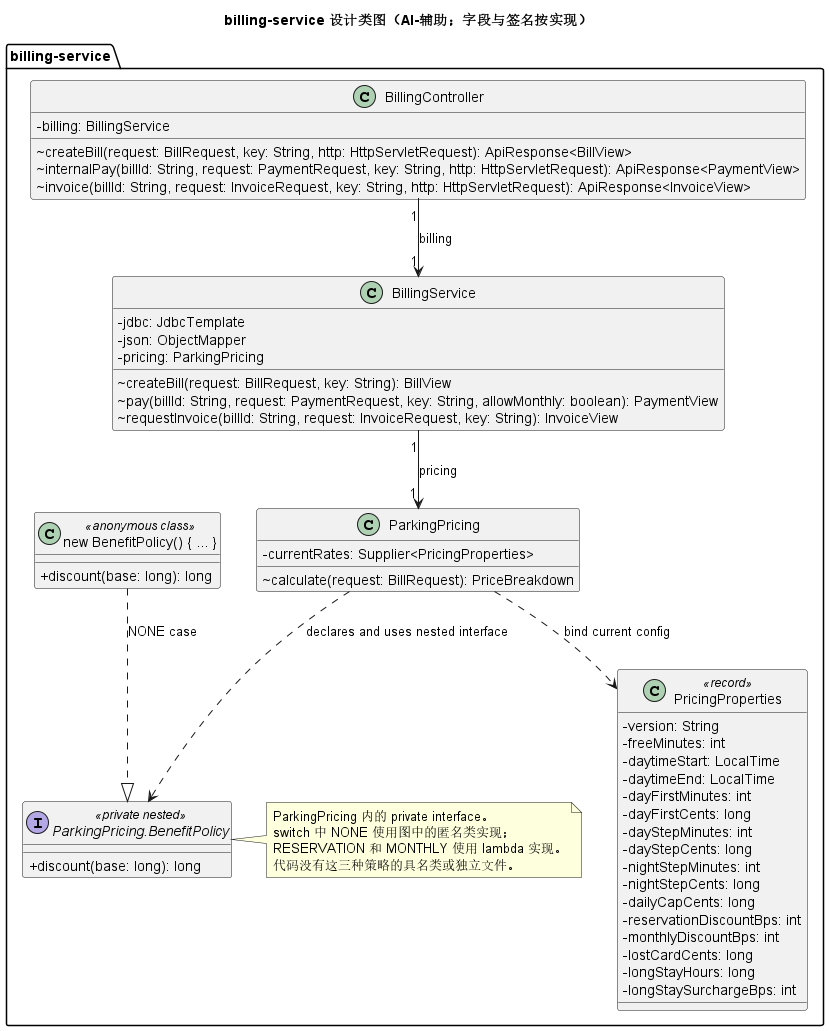
Before: models/rendered/15-design-classes_001.png, a diagram exported from PlantUML (Gindama713/UMLWORK).
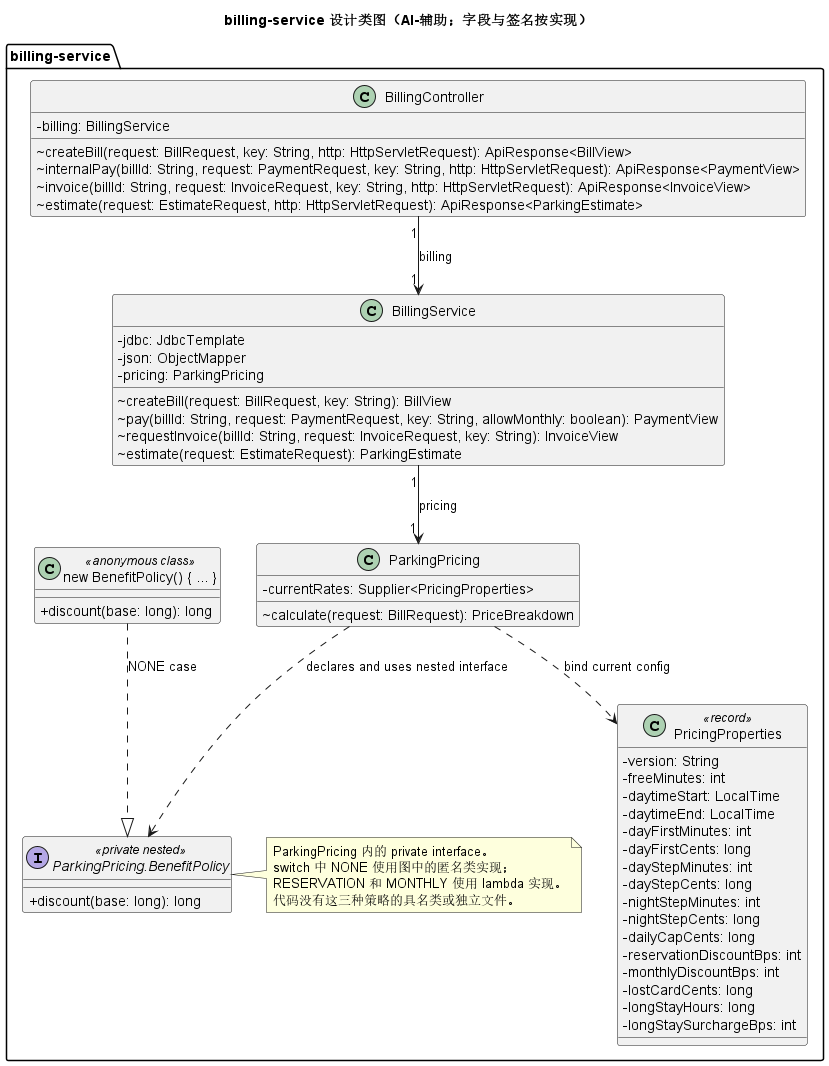
The same file after the commit.

Change to the diagram source:
```diff
@@ -7,6 +7,7 @@
     ~createBill(request: BillRequest, key: String, http: HttpServletRequest): ApiResponse<BillView>
     ~internalPay(billId: String, request: PaymentRequest, key: String, http: HttpServletRequest): ApiResponse<PaymentView>
     ~invoice(billId: String, request: InvoiceRequest, key: String, http: HttpServletRequest): ApiResponse<InvoiceView>
+    ~estimate(request: EstimateRequest, http: HttpServletRequest): ApiResponse<ParkingEstimate>
   }
   class BillingService {
     -jdbc: JdbcTemplate
@@ -15,6 +16,7 @@
     ~createBill(request: BillRequest, key: String): BillView
     ~pay(billId: String, request: PaymentRequest, key: String, allowMonthly: boolean): PaymentView
     ~requestInvoice(billId: String, request: InvoiceRequest, key: String): InvoiceView
+    ~estimate(request: EstimateRequest): ParkingEstimate
   }
   class ParkingPricing {
     -currentRates: Supplier<PricingProperties>
```
